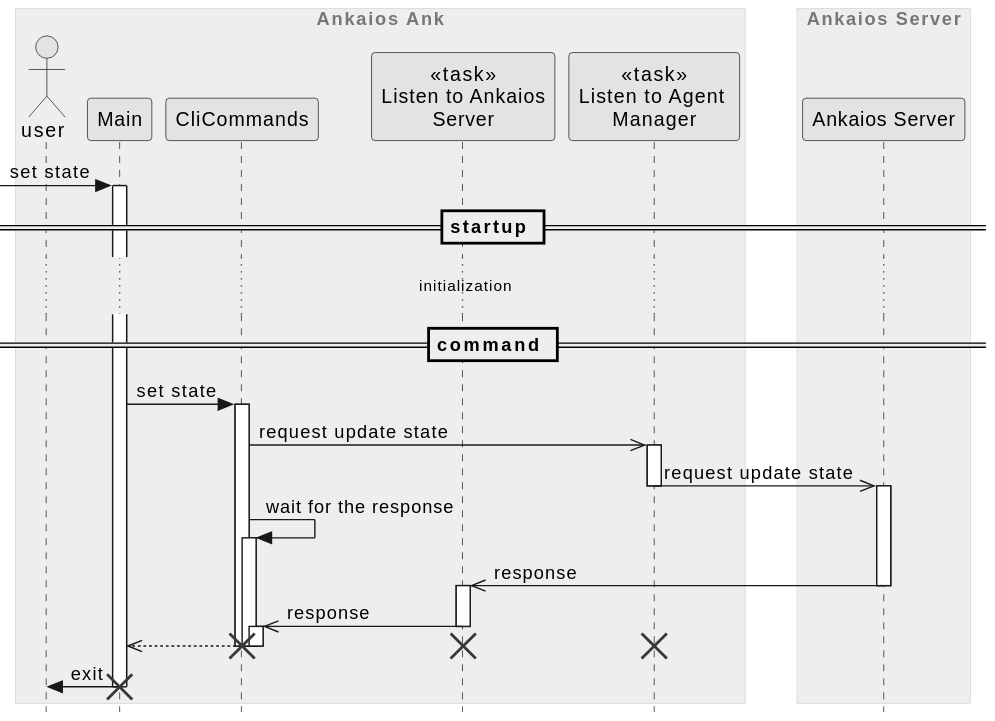
Earlier version of the PlantUML export ank/doc/swdesign/plantuml/seq_set_state.svg (eclipse-ankaios/ankaios).
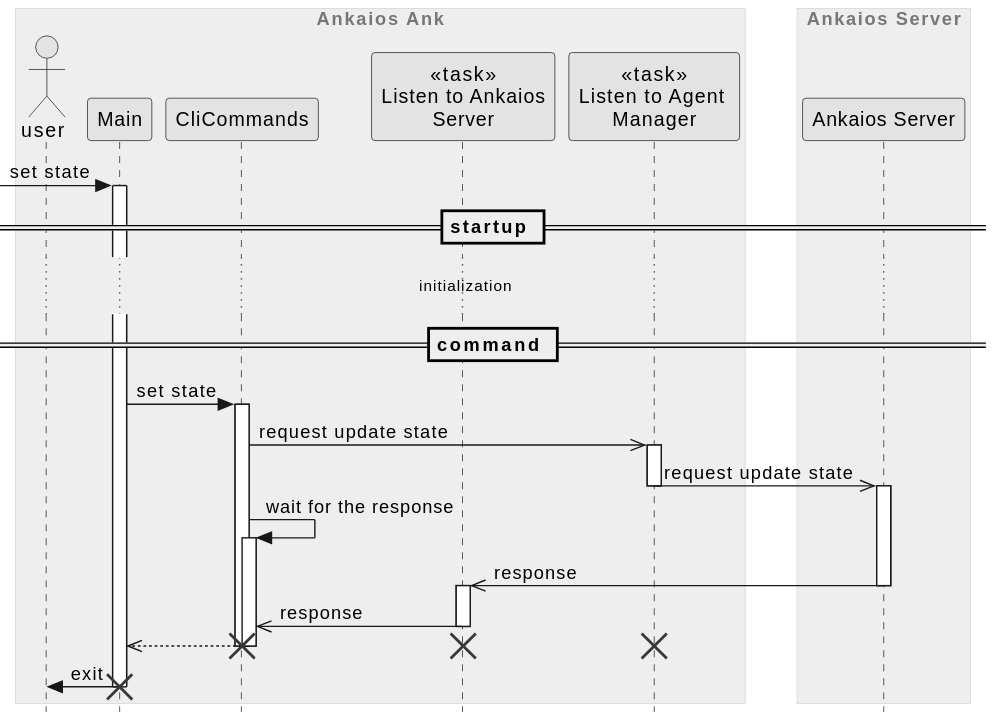
After the change.

Diff of the diagram source:
```diff
@@ -28,7 +28,7 @@
 cli_commands -> cli_commands ++: wait for the response
 
 listen_to_server <<- server --++: response
-listen_to_server ->> cli_commands --++: response
+listen_to_server ->> cli_commands --: response
 main <<-- cli_commands --
 deactivate cli_commands
 
```
